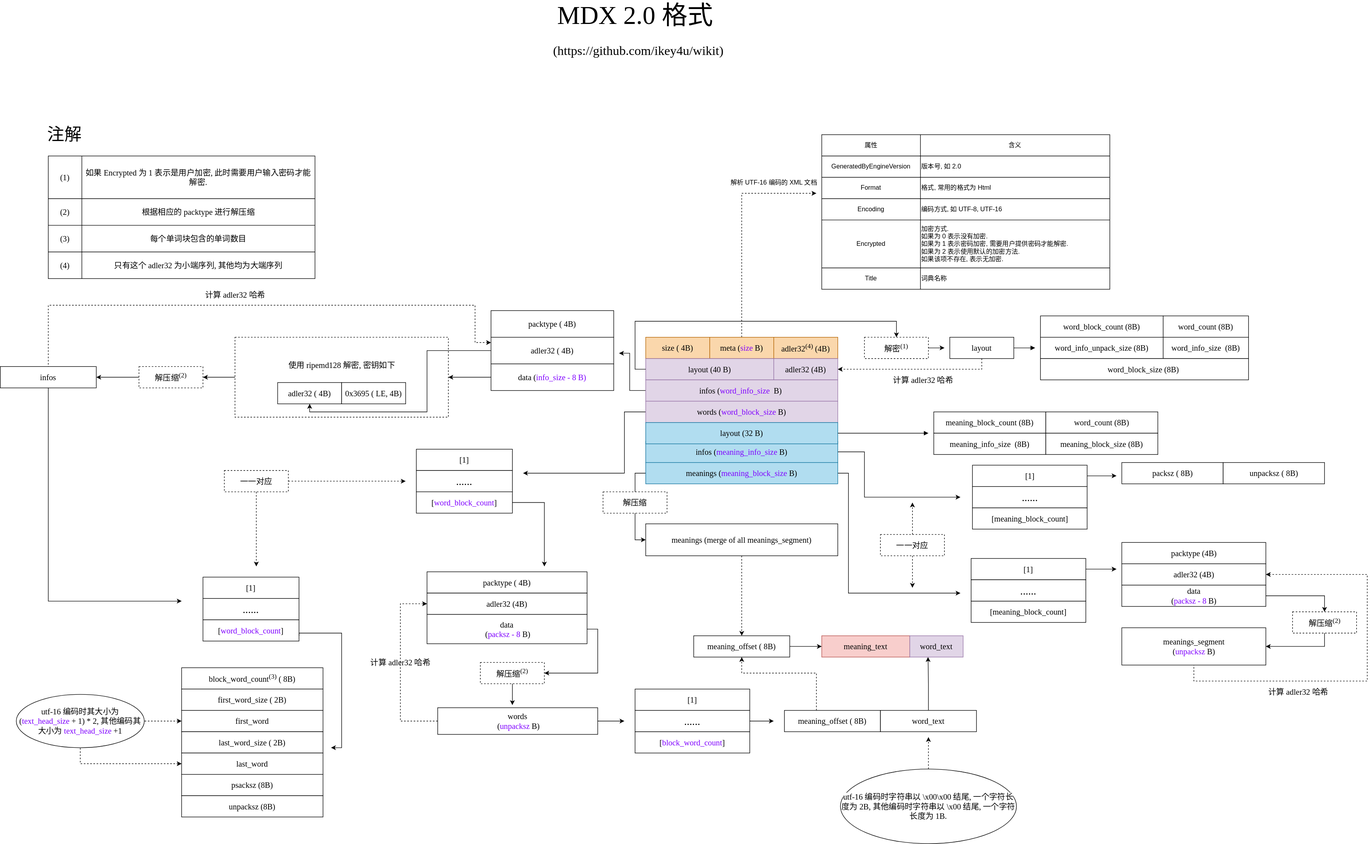
Earlier version of the draw.io export docs/imgs/mdx-format.svg (ikey4u/wikit). Source tidied: cells renumbered, new cells last; positions are measured from the earlier drawing's top-left corner, leaving out a move shared by most shapes.
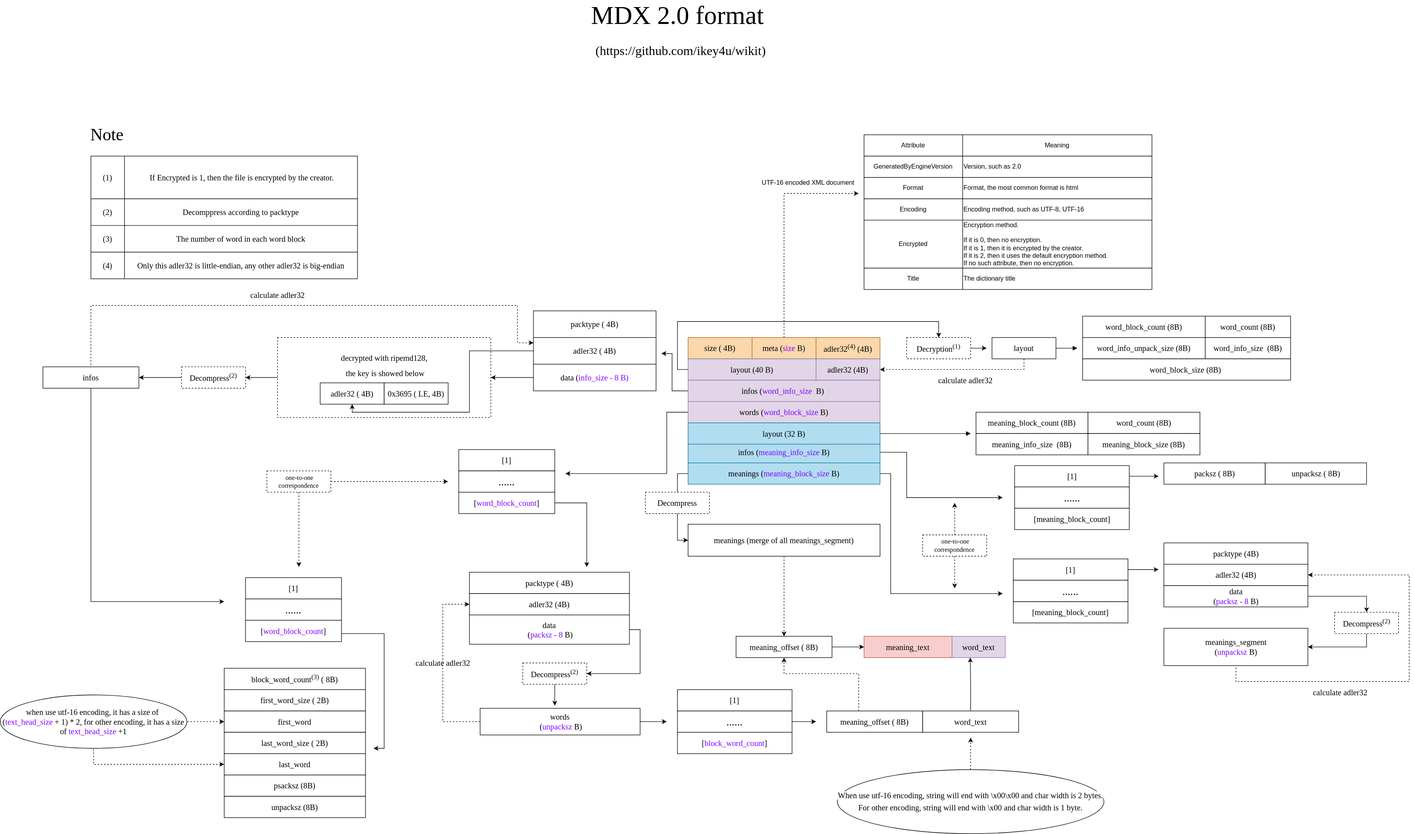
After the change.

Diff of the diagram source:
```diff
@@ -30,3 +30,3 @@
     </mxCell>
-    <mxCell id="8" value="&lt;span style=&quot;font-size: 15px&quot;&gt;解密&lt;sup&gt;(1)&lt;/sup&gt;&lt;/span&gt;" style="rounded=0;whiteSpace=wrap;html=1;fontFamily=Source Han Serif;dashed=1;" parent="1" vertex="1">
+    <mxCell id="8" value="&lt;span style=&quot;font-size: 15px&quot;&gt;Decryption&lt;sup&gt;(1)&lt;/sup&gt;&lt;/span&gt;" style="rounded=0;whiteSpace=wrap;html=1;fontFamily=Source Han Serif;dashed=1;" parent="1" vertex="1">
       <mxGeometry x="1620" y="610" width="120" height="40" as="geometry" />
@@ -146,3 +146,3 @@
     </mxCell>
-    <mxCell id="34" value="计算 adler32 哈希" style="text;html=1;align=center;verticalAlign=middle;fontSize=15;fontFamily=Source Han Serif;" parent="1" vertex="1">
+    <mxCell id="34" value="calculate adler32" style="text;html=1;align=center;verticalAlign=middle;fontSize=15;fontFamily=Source Han Serif;" parent="1" vertex="1">
       <mxGeometry x="1660" y="680" width="140" height="20" as="geometry" />
@@ -176,6 +176,6 @@
     </mxCell>
-    <mxCell id="42" value="&lt;span style=&quot;font-size: 15px&quot;&gt;解压缩&lt;sup&gt;(2)&lt;/sup&gt;&lt;/span&gt;" style="rounded=0;whiteSpace=wrap;html=1;fontFamily=Source Han Serif;dashed=1;" parent="1" vertex="1">
+    <mxCell id="42" value="&lt;span style=&quot;font-size: 15px&quot;&gt;Decompress&lt;sup&gt;(2)&lt;/sup&gt;&lt;/span&gt;" style="rounded=0;whiteSpace=wrap;html=1;fontFamily=Source Han Serif;dashed=1;" parent="1" vertex="1">
       <mxGeometry x="2422.5" y="1125" width="120" height="40" as="geometry" />
     </mxCell>
-    <mxCell id="43" value="计算 adler32 哈希" style="text;html=1;align=center;verticalAlign=middle;fontSize=15;fontFamily=Source Han Serif;" parent="1" vertex="1">
+    <mxCell id="43" value="calculate adler32" style="text;html=1;align=center;verticalAlign=middle;fontSize=15;fontFamily=Source Han Serif;" parent="1" vertex="1">
       <mxGeometry x="2362.5" y="1265" width="140" height="20" as="geometry" />
@@ -192,6 +192,6 @@
     </mxCell>
-    <mxCell id="46" value="&lt;span style=&quot;font-size: 15px&quot;&gt;一一对应&lt;/span&gt;" style="rounded=0;whiteSpace=wrap;html=1;fontFamily=Source Han Serif;dashed=1;" parent="1" vertex="1">
+    <mxCell id="46" value="&amp;nbsp;one-to-one correspondence" style="rounded=0;whiteSpace=wrap;html=1;fontFamily=Source Han Serif;dashed=1;" parent="1" vertex="1">
       <mxGeometry x="1650" y="980" width="120" height="40" as="geometry" />
     </mxCell>
-    <mxCell id="47" value="&lt;span style=&quot;font-size: 15px&quot;&gt;解压缩&lt;sup&gt;(2)&lt;/sup&gt;&lt;/span&gt;" style="rounded=0;whiteSpace=wrap;html=1;fontFamily=Source Han Serif;dashed=1;" parent="1" vertex="1">
+    <mxCell id="47" value="&lt;span style=&quot;font-size: 15px&quot;&gt;Decompress&lt;sup&gt;(2)&lt;/sup&gt;&lt;/span&gt;" style="rounded=0;whiteSpace=wrap;html=1;fontFamily=Source Han Serif;dashed=1;" parent="1" vertex="1">
       <mxGeometry x="260" y="665" width="120" height="40" as="geometry" />
@@ -231,4 +231,4 @@
     </mxCell>
-    <mxCell id="57" value="&lt;font face=&quot;Source Han Serif&quot; style=&quot;font-weight: normal ; font-size: 15px&quot;&gt;使用 ripemd128 解密, 密钥如下&lt;/font&gt;" style="text;strokeColor=none;fillColor=none;html=1;fontSize=24;fontStyle=1;verticalAlign=middle;align=center;" parent="53" vertex="1">
-      <mxGeometry x="80" y="30" width="240" height="40" as="geometry" />
+    <mxCell id="57" value="&lt;font face=&quot;Source Han Serif&quot; style=&quot;font-weight: normal ; font-size: 15px&quot;&gt;decrypted with ripemd128,&lt;br&gt;&amp;nbsp;the key is showed below&lt;/font&gt;" style="text;strokeColor=none;fillColor=none;html=1;fontSize=24;fontStyle=1;verticalAlign=middle;align=center;" parent="53" vertex="1">
+      <mxGeometry x="80" y="15" width="240" height="70" as="geometry" />
     </mxCell>
@@ -249,4 +249,4 @@
     </mxCell>
-    <mxCell id="63" value="&lt;span style=&quot;color: rgb(0 , 0 , 0) ; font-family: &amp;#34;source han serif&amp;#34; ; font-size: 15px ; font-style: normal ; font-weight: 400 ; letter-spacing: normal ; text-align: center ; text-indent: 0px ; text-transform: none ; word-spacing: 0px ; background-color: rgb(255 , 255 , 255) ; display: inline ; float: none&quot;&gt;utf-16 编码时其大小为 (&lt;/span&gt;&lt;span style=&quot;font-family: &amp;#34;source han serif&amp;#34; ; font-size: 15px ; font-style: normal ; font-weight: 400 ; letter-spacing: normal ; text-align: center ; text-indent: 0px ; text-transform: none ; word-spacing: 0px ; background-color: rgb(255 , 255 , 255) ; display: inline ; float: none&quot;&gt;&lt;font color=&quot;#7f00ff&quot;&gt;text_head_size&lt;/font&gt;&lt;/span&gt;&lt;span style=&quot;color: rgb(0 , 0 , 0) ; font-family: &amp;#34;source han serif&amp;#34; ; font-size: 15px ; font-style: normal ; font-weight: 400 ; letter-spacing: normal ; text-align: center ; text-indent: 0px ; text-transform: none ; word-spacing: 0px ; background-color: rgb(255 , 255 , 255) ; display: inline ; float: none&quot;&gt; + 1) * 2, 其他编码其大小为 &lt;/span&gt;&lt;span style=&quot;font-family: &amp;#34;source han serif&amp;#34; ; font-size: 15px ; font-style: normal ; font-weight: 400 ; letter-spacing: normal ; text-align: center ; text-indent: 0px ; text-transform: none ; word-spacing: 0px ; background-color: rgb(255 , 255 , 255) ; display: inline ; float: none&quot;&gt;&lt;font color=&quot;#7f00ff&quot;&gt;text_head_size&lt;/font&gt;&lt;/span&gt;&lt;span style=&quot;color: rgb(0 , 0 , 0) ; font-family: &amp;#34;source han serif&amp;#34; ; font-size: 15px ; font-style: normal ; font-weight: 400 ; letter-spacing: normal ; text-align: center ; text-indent: 0px ; text-transform: none ; word-spacing: 0px ; background-color: rgb(255 , 255 , 255) ; display: inline ; float: none&quot;&gt; +1&lt;/span&gt;" style="ellipse;whiteSpace=wrap;html=1;fontFamily=Source Han Serif;fontSize=15;" parent="1" vertex="1">
-      <mxGeometry x="30" y="1280" width="240" height="100" as="geometry" />
+    <mxCell id="63" value="&lt;span style=&quot;color: rgb(0 , 0 , 0) ; font-family: &amp;#34;source han serif&amp;#34; ; font-size: 15px ; font-style: normal ; font-weight: 400 ; letter-spacing: normal ; text-align: center ; text-indent: 0px ; text-transform: none ; word-spacing: 0px ; background-color: rgb(255 , 255 , 255) ; display: inline ; float: none&quot;&gt;when use utf-16 encoding, it has a size of&amp;nbsp; (&lt;/span&gt;&lt;span style=&quot;font-family: &amp;#34;source han serif&amp;#34; ; font-size: 15px ; font-style: normal ; font-weight: 400 ; letter-spacing: normal ; text-align: center ; text-indent: 0px ; text-transform: none ; word-spacing: 0px ; background-color: rgb(255 , 255 , 255) ; display: inline ; float: none&quot;&gt;&lt;font color=&quot;#7f00ff&quot;&gt;text_head_size&lt;/font&gt;&lt;/span&gt;&lt;span style=&quot;color: rgb(0 , 0 , 0) ; font-family: &amp;#34;source han serif&amp;#34; ; font-size: 15px ; font-style: normal ; font-weight: 400 ; letter-spacing: normal ; text-align: center ; text-indent: 0px ; text-transform: none ; word-spacing: 0px ; background-color: rgb(255 , 255 , 255) ; display: inline ; float: none&quot;&gt; + 1) * 2, for other encoding, it has a size of&amp;nbsp;&lt;/span&gt;&lt;span style=&quot;font-family: &amp;#34;source han serif&amp;#34; ; font-size: 15px ; font-style: normal ; font-weight: 400 ; letter-spacing: normal ; text-align: center ; text-indent: 0px ; text-transform: none ; word-spacing: 0px ; background-color: rgb(255 , 255 , 255) ; display: inline ; float: none&quot;&gt;&lt;font color=&quot;#7f00ff&quot;&gt;text_head_size&lt;/font&gt;&lt;/span&gt;&lt;span style=&quot;color: rgb(0 , 0 , 0) ; font-family: &amp;#34;source han serif&amp;#34; ; font-size: 15px ; font-style: normal ; font-weight: 400 ; letter-spacing: normal ; text-align: center ; text-indent: 0px ; text-transform: none ; word-spacing: 0px ; background-color: rgb(255 , 255 , 255) ; display: inline ; float: none&quot;&gt; +1&lt;/span&gt;" style="ellipse;whiteSpace=wrap;html=1;fontFamily=Source Han Serif;fontSize=15;" parent="1" vertex="1">
+      <mxGeometry x="-80" y="1280" width="350" height="100" as="geometry" />
     </mxCell>
@@ -317,6 +317,6 @@
     </mxCell>
-    <mxCell id="79" value="&lt;span style=&quot;font-size: 15px&quot;&gt;解压缩&lt;sup&gt;(2)&lt;/sup&gt;&lt;/span&gt;" style="rounded=0;whiteSpace=wrap;html=1;fontFamily=Source Han Serif;dashed=1;" parent="1" vertex="1">
+    <mxCell id="79" value="&lt;span style=&quot;font-size: 15px&quot;&gt;Decompress&lt;sup&gt;(2)&lt;/sup&gt;&lt;/span&gt;" style="rounded=0;whiteSpace=wrap;html=1;fontFamily=Source Han Serif;dashed=1;" parent="1" vertex="1">
       <mxGeometry x="900" y="1220" width="120" height="40" as="geometry" />
     </mxCell>
-    <mxCell id="80" value="计算 adler32 哈希" style="text;html=1;align=center;verticalAlign=middle;fontSize=15;fontFamily=Source Han Serif;" parent="1" vertex="1">
+    <mxCell id="80" value="calculate adler32" style="text;html=1;align=center;verticalAlign=middle;fontSize=15;fontFamily=Source Han Serif;" parent="1" vertex="1">
       <mxGeometry x="680" y="1210" width="140" height="20" as="geometry" />
@@ -359,3 +359,3 @@
     </mxCell>
-    <mxCell id="88" value="&lt;span style=&quot;font-size: 15px&quot;&gt;一一对应&lt;/span&gt;" style="rounded=0;whiteSpace=wrap;html=1;fontFamily=Source Han Serif;dashed=1;" parent="1" vertex="1">
+    <mxCell id="88" value="&lt;span class=&quot;x_en&quot;&gt;&amp;nbsp;one-to-one correspondence&lt;/span&gt;" style="rounded=0;whiteSpace=wrap;html=1;fontFamily=Source Han Serif;dashed=1;" parent="1" vertex="1">
       <mxGeometry x="420" y="860" width="120" height="40" as="geometry" />
@@ -390,4 +390,4 @@
     </mxCell>
-    <mxCell id="96" value="&lt;span style=&quot;color: rgb(0 , 0 , 0) ; font-family: &amp;#34;source han serif&amp;#34; ; font-size: 15px ; font-style: normal ; font-weight: 400 ; letter-spacing: normal ; text-align: center ; text-indent: 0px ; text-transform: none ; word-spacing: 0px ; background-color: rgb(255 , 255 , 255) ; display: inline ; float: none&quot;&gt;utf-16 编码时字符串以 \x00\x00 结尾, 一个字符长度为 2B, 其他编码时字符串以 \x00 结尾, 一个字符长度为 1B.&lt;/span&gt;" style="ellipse;whiteSpace=wrap;html=1;fontFamily=Source Han Serif;fontSize=15;" parent="1" vertex="1">
-      <mxGeometry x="1575" y="1420" width="330" height="140" as="geometry" />
+    <mxCell id="96" value="&lt;span style=&quot;color: rgb(0 , 0 , 0) ; font-family: &amp;#34;source han serif&amp;#34; ; font-size: 15px ; font-style: normal ; font-weight: 400 ; letter-spacing: normal ; text-align: center ; text-indent: 0px ; text-transform: none ; word-spacing: 0px ; background-color: rgb(255 , 255 , 255) ; display: inline ; float: none ; line-height: 150%&quot;&gt;When use utf-16 encoding, string will end with \x00\x00 and char width is 2 bytes. For other encoding, string will end with \x00 and char width is 1 byte.&lt;/span&gt;" style="ellipse;whiteSpace=wrap;html=1;fontFamily=Source Han Serif;fontSize=15;" parent="1" vertex="1">
+      <mxGeometry x="1490" y="1420" width="500" height="120" as="geometry" />
     </mxCell>
@@ -425,6 +425,6 @@
     </mxCell>
-    <mxCell id="107" value="属性" style="shape=partialRectangle;html=1;whiteSpace=wrap;fillColor=none;top=0;left=0;bottom=0;right=0;overflow=hidden;" parent="106" vertex="1">
+    <mxCell id="107" value="Attribute" style="shape=partialRectangle;html=1;whiteSpace=wrap;fillColor=none;top=0;left=0;bottom=0;right=0;overflow=hidden;" parent="106" vertex="1">
       <mxGeometry width="185" height="40" as="geometry" />
     </mxCell>
-    <mxCell id="108" value="含义" style="shape=partialRectangle;html=1;whiteSpace=wrap;fillColor=none;top=0;left=0;bottom=0;right=0;overflow=hidden;" parent="106" vertex="1">
+    <mxCell id="108" value="Meaning" style="shape=partialRectangle;html=1;whiteSpace=wrap;fillColor=none;top=0;left=0;bottom=0;right=0;overflow=hidden;" parent="106" vertex="1">
       <mxGeometry x="185" width="355" height="40" as="geometry" />
@@ -437,3 +437,3 @@
     </mxCell>
-    <mxCell id="111" value="版本号, 如 2.0" style="shape=partialRectangle;html=1;whiteSpace=wrap;fillColor=none;top=0;left=0;bottom=0;right=0;overflow=hidden;align=left;" parent="109" vertex="1">
+    <mxCell id="111" value="Version, such as 2.0" style="shape=partialRectangle;html=1;whiteSpace=wrap;fillColor=none;top=0;left=0;bottom=0;right=0;overflow=hidden;align=left;" parent="109" vertex="1">
       <mxGeometry x="185" width="355" height="40" as="geometry" />
@@ -446,3 +446,3 @@
     </mxCell>
-    <mxCell id="114" value="格式, 常用的格式为 Html" style="shape=partialRectangle;html=1;whiteSpace=wrap;fillColor=none;top=0;left=0;bottom=0;right=0;overflow=hidden;align=left;" parent="112" vertex="1">
+    <mxCell id="114" value="Format, the most common format is html" style="shape=partialRectangle;html=1;whiteSpace=wrap;fillColor=none;top=0;left=0;bottom=0;right=0;overflow=hidden;align=left;" parent="112" vertex="1">
       <mxGeometry x="185" width="355" height="40" as="geometry" />
@@ -455,3 +455,3 @@
     </mxCell>
-    <mxCell id="117" value="编码方式, 如 UTF-8, UTF-16" style="shape=partialRectangle;html=1;whiteSpace=wrap;fillColor=none;top=0;left=0;bottom=0;right=0;overflow=hidden;align=left;" parent="115" vertex="1">
+    <mxCell id="117" value="Encoding method, such as UTF-8, UTF-16" style="shape=partialRectangle;html=1;whiteSpace=wrap;fillColor=none;top=0;left=0;bottom=0;right=0;overflow=hidden;align=left;" parent="115" vertex="1">
       <mxGeometry x="185" width="355" height="40" as="geometry" />
@@ -464,3 +464,3 @@
     </mxCell>
-    <mxCell id="120" value="加密方式.&lt;br&gt;如果为 0 表示没有加密.&lt;br&gt;如果为 1 表示密码加密, 需要用户提供密码才能解密.&lt;br&gt;如果为 2 表示使用默认的加密方法.&lt;br&gt;如果该项不存在, 表示无加密." style="shape=partialRectangle;html=1;whiteSpace=wrap;fillColor=none;top=0;left=0;bottom=0;right=0;overflow=hidden;align=left;" parent="118" vertex="1">
+    <mxCell id="120" value="Encryption method.&lt;br&gt;&lt;br&gt;If it is 0, then no encryption.&lt;br&gt;If it is 1, then it is encrypted by the creator.&lt;br&gt;If it is 2, then it uses the default encryption method.&lt;br&gt;If no such attribute, then no encryption." style="shape=partialRectangle;html=1;whiteSpace=wrap;fillColor=none;top=0;left=0;bottom=0;right=0;overflow=hidden;align=left;" parent="118" vertex="1">
       <mxGeometry x="185" width="355" height="90" as="geometry" />
@@ -473,7 +473,7 @@
     </mxCell>
-    <mxCell id="123" value="词典名称" style="shape=partialRectangle;html=1;whiteSpace=wrap;fillColor=none;top=0;left=0;bottom=0;right=0;overflow=hidden;align=left;" parent="121" vertex="1">
+    <mxCell id="123" value="The dictionary title" style="shape=partialRectangle;html=1;whiteSpace=wrap;fillColor=none;top=0;left=0;bottom=0;right=0;overflow=hidden;align=left;" parent="121" vertex="1">
       <mxGeometry x="185" width="355" height="40" as="geometry" />
     </mxCell>
-    <mxCell id="124" value="解析 UTF-16 编码的 XML 文档" style="text;html=1;align=center;verticalAlign=middle;" parent="1" vertex="1">
-      <mxGeometry x="1360" y="310" width="180" height="20" as="geometry" />
+    <mxCell id="124" value="UTF-16 encoded XML document" style="text;html=1;align=center;verticalAlign=middle;" parent="1" vertex="1">
+      <mxGeometry x="1340" y="310" width="190" height="20" as="geometry" />
     </mxCell>
@@ -490,3 +490,3 @@
     </mxCell>
-    <mxCell id="127" value="计算 adler32 哈希" style="text;html=1;align=center;verticalAlign=middle;fontSize=15;fontFamily=Source Han Serif;" parent="1" vertex="1">
+    <mxCell id="127" value="calculate adler32" style="text;html=1;align=center;verticalAlign=middle;fontSize=15;fontFamily=Source Han Serif;" parent="1" vertex="1">
       <mxGeometry x="370" y="520" width="140" height="20" as="geometry" />
@@ -496,3 +496,3 @@
     </mxCell>
-    <mxCell id="129" value="&lt;span style=&quot;font-size: 15px&quot;&gt;解压缩&lt;/span&gt;" style="rounded=0;whiteSpace=wrap;html=1;fontFamily=Source Han Serif;dashed=1;" parent="1" vertex="1">
+    <mxCell id="129" value="&lt;span style=&quot;font-size: 15px&quot;&gt;Decompress&lt;/span&gt;" style="rounded=0;whiteSpace=wrap;html=1;fontFamily=Source Han Serif;dashed=1;" parent="1" vertex="1">
       <mxGeometry x="1130" y="900" width="120" height="40" as="geometry" />
@@ -554,3 +554,3 @@
     </mxCell>
-    <mxCell id="145" value="如果 Encrypted 为 1 表示是用户加密, 此时需要用户输入密码才能解密." style="shape=partialRectangle;html=1;whiteSpace=wrap;overflow=hidden;fillColor=none;top=0;left=0;bottom=0;right=0;fontFamily=Source Han Serif;fontSize=15;" parent="143" vertex="1">
+    <mxCell id="145" value="&amp;nbsp;If Encrypted is 1, then the file is encrypted by the creator." style="shape=partialRectangle;html=1;whiteSpace=wrap;overflow=hidden;fillColor=none;top=0;left=0;bottom=0;right=0;fontFamily=Source Han Serif;fontSize=15;" parent="143" vertex="1">
       <mxGeometry x="63" width="437" height="80" as="geometry" />
@@ -563,3 +563,3 @@
     </mxCell>
-    <mxCell id="148" value="根据相应的 packtype 进行解压缩" style="shape=partialRectangle;html=1;whiteSpace=wrap;overflow=hidden;fillColor=none;top=0;left=0;bottom=0;right=0;fontFamily=Source Han Serif;fontSize=15;" parent="146" vertex="1">
+    <mxCell id="148" value="Decomppress according to packtype" style="shape=partialRectangle;html=1;whiteSpace=wrap;overflow=hidden;fillColor=none;top=0;left=0;bottom=0;right=0;fontFamily=Source Han Serif;fontSize=15;" parent="146" vertex="1">
       <mxGeometry x="63" width="437" height="50" as="geometry" />
@@ -572,3 +572,3 @@
     </mxCell>
-    <mxCell id="151" value="每个单词块包含的单词数目" style="shape=partialRectangle;html=1;whiteSpace=wrap;overflow=hidden;fillColor=none;top=0;left=0;bottom=0;right=0;fontFamily=Source Han Serif;fontSize=15;" parent="149" vertex="1">
+    <mxCell id="151" value="The number of word in each word block" style="shape=partialRectangle;html=1;whiteSpace=wrap;overflow=hidden;fillColor=none;top=0;left=0;bottom=0;right=0;fontFamily=Source Han Serif;fontSize=15;" parent="149" vertex="1">
       <mxGeometry x="63" width="437" height="50" as="geometry" />
@@ -581,9 +581,9 @@
     </mxCell>
-    <mxCell id="154" value="只有这个 adler32 为小端序列, 其他均为大端序列" style="shape=partialRectangle;html=1;whiteSpace=wrap;overflow=hidden;fillColor=none;top=0;left=0;bottom=0;right=0;fontFamily=Source Han Serif;fontSize=15;" parent="152" vertex="1">
+    <mxCell id="154" value="Only this adler32 is little-endian, any other adler32 is big-endian" style="shape=partialRectangle;html=1;whiteSpace=wrap;overflow=hidden;fillColor=none;top=0;left=0;bottom=0;right=0;fontFamily=Source Han Serif;fontSize=15;" parent="152" vertex="1">
       <mxGeometry x="63" width="437" height="50" as="geometry" />
     </mxCell>
-    <mxCell id="155" value="注解" style="text;html=1;align=center;verticalAlign=middle;fontSize=32;fontFamily=Source Han Serif;" parent="1" vertex="1">
-      <mxGeometry x="80" y="210" width="80" height="40" as="geometry" />
+    <mxCell id="155" value="Note" style="text;html=1;align=center;verticalAlign=middle;fontSize=32;fontFamily=Source Han Serif;" parent="1" vertex="1">
+      <mxGeometry x="75" y="210" width="90" height="40" as="geometry" />
     </mxCell>
-    <mxCell id="156" value="&lt;font style=&quot;font-size: 48px&quot;&gt;MDX 2.0 格式&lt;br&gt;&amp;nbsp;&lt;/font&gt;&lt;font style=&quot;font-size: 24px&quot;&gt;(&lt;a href=&quot;https://github.com/ikey4u/wikit&quot;&gt;https://github.com/ikey4u/wikit&lt;/a&gt;)&lt;/font&gt;" style="text;html=1;align=center;verticalAlign=middle;fontSize=15;fontFamily=Source Han Serif;" parent="1" vertex="1">
+    <mxCell id="156" value="&lt;font style=&quot;font-size: 48px&quot;&gt;MDX 2.0 format&lt;br&gt;&amp;nbsp;&lt;/font&gt;&lt;font style=&quot;font-size: 24px&quot;&gt;(&lt;a href=&quot;https://github.com/ikey4u/wikit&quot;&gt;https://github.com/ikey4u/wikit&lt;/a&gt;)&lt;/font&gt;" style="text;html=1;align=center;verticalAlign=middle;fontSize=15;fontFamily=Source Han Serif;" parent="1" vertex="1">
       <mxGeometry x="985" width="410" height="70" as="geometry" />
```
